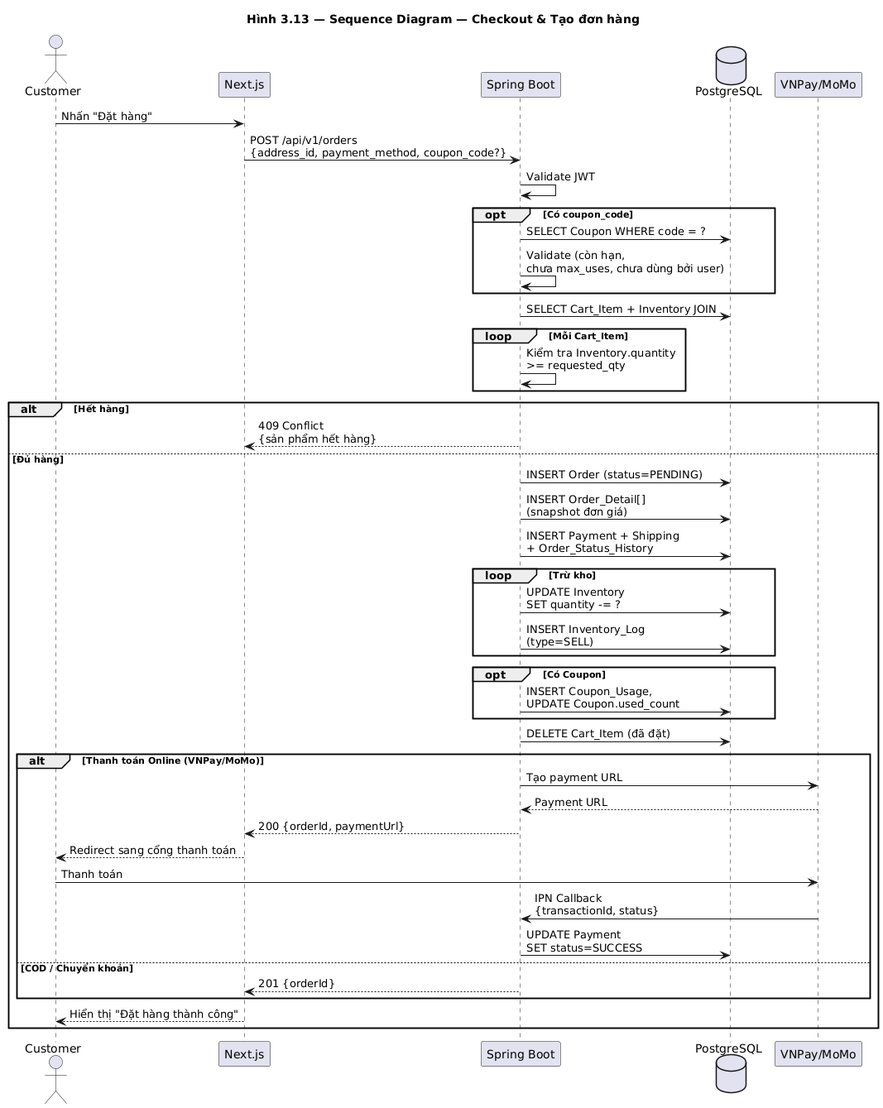
Before: docs/diagrams/images/seq_checkout.png, a diagram exported from PlantUML (huuhieu56/PC-Parts-ECommerce).
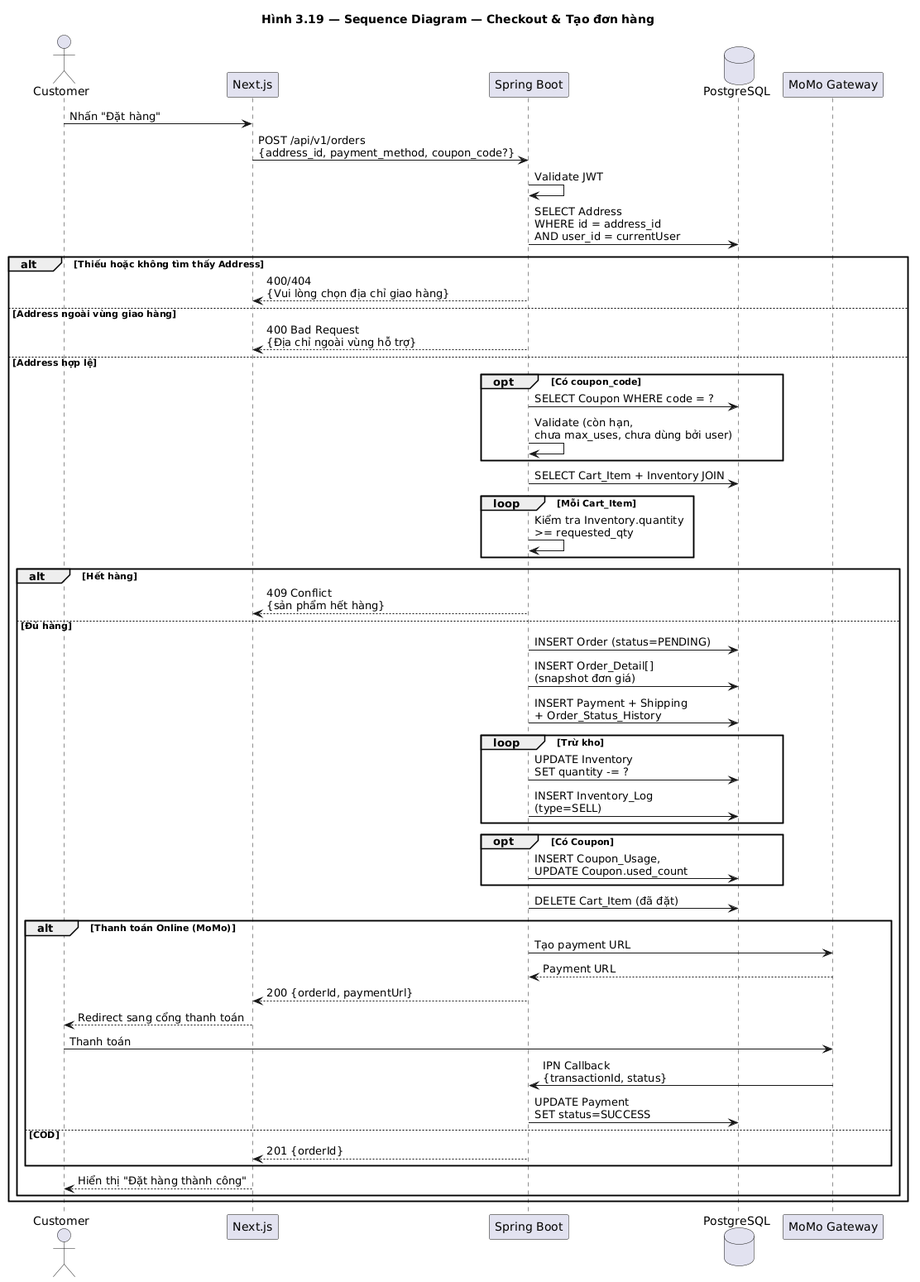
Above is the later version.

Commit message:
docs(UC-CUS-12): Add sequence diagram for managing delivery addresses

Diff of the diagram source:
```diff
@@ -1,57 +1,64 @@
-@startuml seq_checkout
-title Hình 3.13 — Sequence Diagram — Checkout & Tạo đơn hàng
+@startuml
+title Hình 3.19 — Sequence Diagram — Checkout & Tạo đơn hàng
 
 actor Customer
 participant "Next.js" as FE
 participant "Spring Boot" as BE
 database "PostgreSQL" as DB
-participant "VNPay/MoMo" as Pay
+participant "MoMo Gateway" as Pay
 
 Customer -> FE : Nhấn "Đặt hàng"
 FE -> BE : POST /api/v1/orders\n{address_id, payment_method, coupon_code?}
 BE -> BE : Validate JWT
+BE -> DB : SELECT Address\nWHERE id = address_id\nAND user_id = currentUser
 
-opt Có coupon_code
-    BE -> DB : SELECT Coupon WHERE code = ?
-    BE -> BE : Validate (còn hạn,\nchưa max_uses, chưa dùng bởi user)
-end
+alt Thiếu hoặc không tìm thấy Address
+    BE --> FE : 400/404\n{Vui lòng chọn địa chỉ giao hàng}
+else Address ngoài vùng giao hàng
+    BE --> FE : 400 Bad Request\n{Địa chỉ ngoài vùng hỗ trợ}
+else Address hợp lệ
 
-BE -> DB : SELECT Cart_Item + Inventory JOIN
-loop Mỗi Cart_Item
-    BE -> BE : Kiểm tra Inventory.quantity\n>= requested_qty
-end
-
-alt Hết hàng
-    BE --> FE : 409 Conflict\n{sản phẩm hết hàng}
-else Đủ hàng
-    BE -> DB : INSERT Order (status=PENDING)
-    BE -> DB : INSERT Order_Detail[]\n(snapshot đơn giá)
-    BE -> DB : INSERT Payment + Shipping\n+ Order_Status_History
-
-    loop Trừ kho
-        BE -> DB : UPDATE Inventory\nSET quantity -= ?
-        BE -> DB : INSERT Inventory_Log\n(type=SELL)
+    opt Có coupon_code
+        BE -> DB : SELECT Coupon WHERE code = ?
+        BE -> BE : Validate (còn hạn,\nchưa max_uses, chưa dùng bởi user)
     end
 
-    opt Có Coupon
-        BE -> DB : INSERT Coupon_Usage,\nUPDATE Coupon.used_count
+    BE -> DB : SELECT Cart_Item + Inventory JOIN
+    loop Mỗi Cart_Item
+        BE -> BE : Kiểm tra Inventory.quantity\n>= requested_qty
     end
 
-    BE -> DB : DELETE Cart_Item (đã đặt)
+    alt Hết hàng
+        BE --> FE : 409 Conflict\n{sản phẩm hết hàng}
+    else Đủ hàng
+        BE -> DB : INSERT Order (status=PENDING)
+        BE -> DB : INSERT Order_Detail[]\n(snapshot đơn giá)
+        BE -> DB : INSERT Payment + Shipping\n+ Order_Status_History
 
-    alt Thanh toán Online (VNPay/MoMo)
-        BE -> Pay : Tạo payment URL
-        Pay --> BE : Payment URL
-        BE --> FE : 200 {orderId, paymentUrl}
-        FE --> Customer : Redirect sang cổng thanh toán
-        Customer -> Pay : Thanh toán
-        Pay -> BE : IPN Callback\n{transactionId, status}
-        BE -> DB : UPDATE Payment\nSET status=SUCCESS
-    else COD / Chuyển khoản
-        BE --> FE : 201 {orderId}
+        loop Trừ kho
+            BE -> DB : UPDATE Inventory\nSET quantity -= ?
+            BE -> DB : INSERT Inventory_Log\n(type=SELL)
+        end
+
+        opt Có Coupon
+            BE -> DB : INSERT Coupon_Usage,\nUPDATE Coupon.used_count
+        end
+
+        BE -> DB : DELETE Cart_Item (đã đặt)
+
+        alt Thanh toán Online (MoMo)
+            BE -> Pay : Tạo payment URL
+            Pay --> BE : Payment URL
+            BE --> FE : 200 {orderId, paymentUrl}
+            FE --> Customer : Redirect sang cổng thanh toán
+            Customer -> Pay : Thanh toán
+            Pay -> BE : IPN Callback\n{transactionId, status}
+            BE -> DB : UPDATE Payment\nSET status=SUCCESS
+        else COD
+            BE --> FE : 201 {orderId}
+        end
+
+        FE --> Customer : Hiển thị "Đặt hàng thành công"
     end
-
-    FE --> Customer : Hiển thị "Đặt hàng thành công"
 end
-
 @enduml
```
